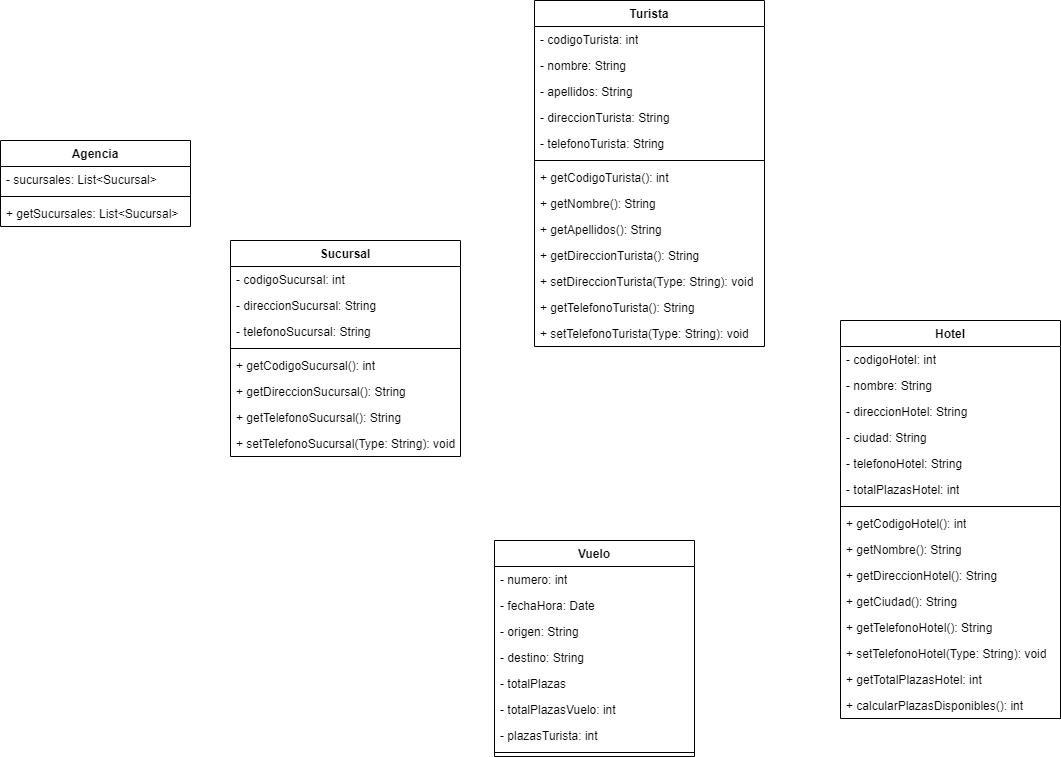
The draw.io diagram unidad-4/Class-Diagram-Maxi/agencia-viajes-maxi.png in mackstm/ets, before a commit. Source tidied: cells renumbered, new cells last; positions are measured from the earlier drawing's top-left corner, leaving out a move shared by most shapes.
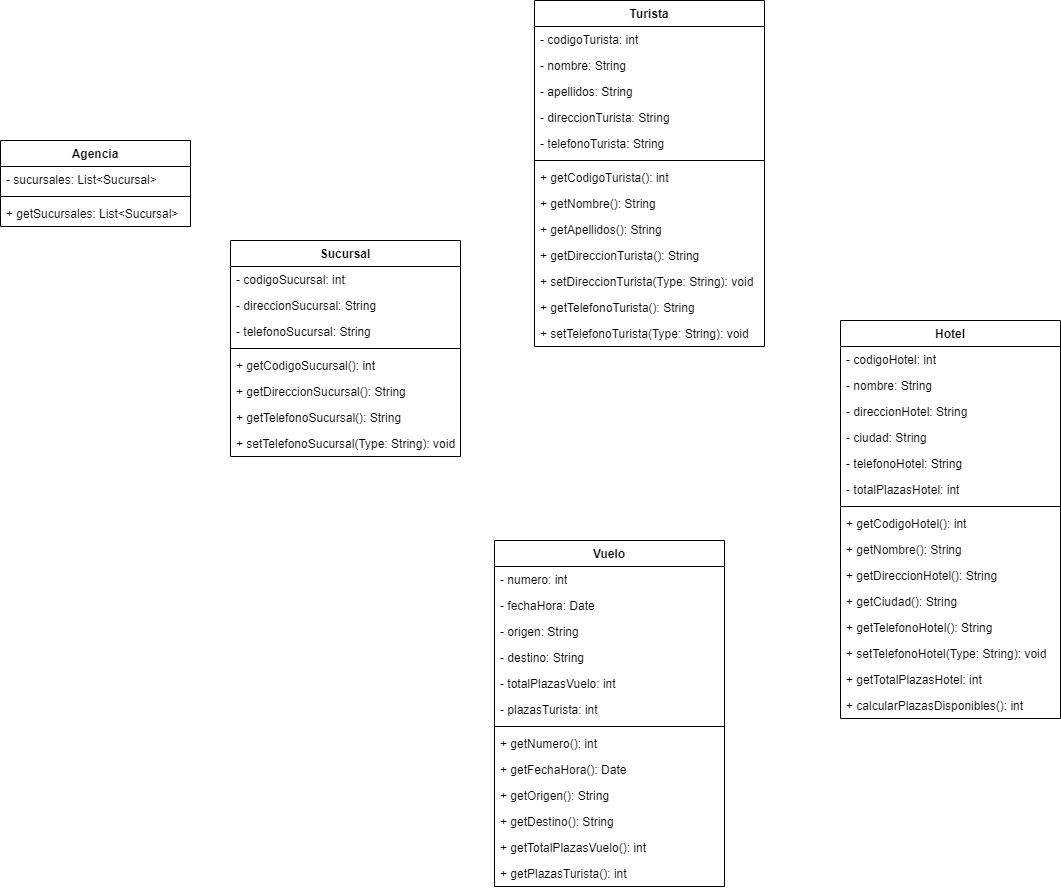
The same file after the commit.

The edit, as a diff of the source:
```diff
@@ -90,32 +90,47 @@
       <mxGeometry y="372" width="220" height="26" as="geometry" />
     </mxCell>
     <mxCell id="31" value="Vuelo" style="swimlane;fontStyle=1;align=center;verticalAlign=top;horizontal=1;startSize=26;whiteSpace=wrap;html=1;" parent="1" vertex="1">
-      <mxGeometry x="494" y="540" width="200" height="216" as="geometry" />
+      <mxGeometry x="494" y="540" width="230" height="346" as="geometry" />
     </mxCell>
     <mxCell id="32" value="- numero: int" style="text;strokeColor=none;fillColor=none;align=left;verticalAlign=top;spacingLeft=4;spacingRight=4;overflow=hidden;whiteSpace=wrap;html=1;" parent="31" vertex="1">
-      <mxGeometry y="26" width="200" height="26" as="geometry" />
+      <mxGeometry y="26" width="230" height="26" as="geometry" />
     </mxCell>
     <mxCell id="33" value="- fechaHora: Date" style="text;strokeColor=none;fillColor=none;align=left;verticalAlign=top;spacingLeft=4;spacingRight=4;overflow=hidden;whiteSpace=wrap;html=1;" parent="31" vertex="1">
-      <mxGeometry y="52" width="200" height="26" as="geometry" />
+      <mxGeometry y="52" width="230" height="26" as="geometry" />
     </mxCell>
     <mxCell id="34" value="- origen: String" style="text;strokeColor=none;fillColor=none;align=left;verticalAlign=top;spacingLeft=4;spacingRight=4;overflow=hidden;whiteSpace=wrap;html=1;" parent="31" vertex="1">
-      <mxGeometry y="78" width="200" height="26" as="geometry" />
+      <mxGeometry y="78" width="230" height="26" as="geometry" />
     </mxCell>
     <mxCell id="35" value="- destino: String" style="text;strokeColor=none;fillColor=none;align=left;verticalAlign=top;spacingLeft=4;spacingRight=4;overflow=hidden;whiteSpace=wrap;html=1;" parent="31" vertex="1">
-      <mxGeometry y="104" width="200" height="26" as="geometry" />
+      <mxGeometry y="104" width="230" height="26" as="geometry" />
     </mxCell>
-    <mxCell id="36" value="- totalPlazas" style="text;strokeColor=none;fillColor=none;align=left;verticalAlign=top;spacingLeft=4;spacingRight=4;overflow=hidden;whiteSpace=wrap;html=1;" parent="31" vertex="1">
-      <mxGeometry y="130" width="200" height="26" as="geometry" />
-    </mxCell>
     <mxCell id="37" value="- totalPlazasVuelo: int" style="text;strokeColor=none;fillColor=none;align=left;verticalAlign=top;spacingLeft=4;spacingRight=4;overflow=hidden;whiteSpace=wrap;html=1;" parent="31" vertex="1">
-      <mxGeometry y="156" width="200" height="26" as="geometry" />
+      <mxGeometry y="130" width="230" height="26" as="geometry" />
     </mxCell>
     <mxCell id="38" value="- plazasTurista: int" style="text;strokeColor=none;fillColor=none;align=left;verticalAlign=top;spacingLeft=4;spacingRight=4;overflow=hidden;whiteSpace=wrap;html=1;" parent="31" vertex="1">
-      <mxGeometry y="182" width="200" height="26" as="geometry" />
+      <mxGeometry y="156" width="230" height="26" as="geometry" />
     </mxCell>
     <mxCell id="39" style="line;strokeWidth=1;fillColor=none;align=left;verticalAlign=middle;spacingTop=-1;spacingLeft=3;spacingRight=3;labelPosition=right;strokeColor=inherit;" parent="31" vertex="1">
-      <mxGeometry y="208" width="200" height="8" as="geometry" />
+      <mxGeometry y="182" width="230" height="8" as="geometry" />
     </mxCell>
+    <mxCell id="54" value="+ getNumero(): int" style="text;strokeColor=none;fillColor=none;align=left;verticalAlign=top;spacingLeft=4;spacingRight=4;overflow=hidden;whiteSpace=wrap;html=1;" parent="31" vertex="1">
+      <mxGeometry y="190" width="230" height="26" as="geometry" />
+    </mxCell>
+    <mxCell id="55" value="+ getFechaHora(): Date" style="text;strokeColor=none;fillColor=none;align=left;verticalAlign=top;spacingLeft=4;spacingRight=4;overflow=hidden;whiteSpace=wrap;html=1;" parent="31" vertex="1">
+      <mxGeometry y="216" width="230" height="26" as="geometry" />
+    </mxCell>
+    <mxCell id="56" value="+ getOrigen(): String" style="text;strokeColor=none;fillColor=none;align=left;verticalAlign=top;spacingLeft=4;spacingRight=4;overflow=hidden;whiteSpace=wrap;html=1;" parent="31" vertex="1">
+      <mxGeometry y="242" width="230" height="26" as="geometry" />
+    </mxCell>
+    <mxCell id="57" value="+ getDestino(): String" style="text;strokeColor=none;fillColor=none;align=left;verticalAlign=top;spacingLeft=4;spacingRight=4;overflow=hidden;whiteSpace=wrap;html=1;" parent="31" vertex="1">
+      <mxGeometry y="268" width="230" height="26" as="geometry" />
+    </mxCell>
+    <mxCell id="58" value="+ getTotalPlazasVuelo(): int" style="text;strokeColor=none;fillColor=none;align=left;verticalAlign=top;spacingLeft=4;spacingRight=4;overflow=hidden;whiteSpace=wrap;html=1;" parent="31" vertex="1">
+      <mxGeometry y="294" width="230" height="26" as="geometry" />
+    </mxCell>
+    <mxCell id="59" value="+ getPlazasTurista(): int" style="text;strokeColor=none;fillColor=none;align=left;verticalAlign=top;spacingLeft=4;spacingRight=4;overflow=hidden;whiteSpace=wrap;html=1;" parent="31" vertex="1">
+      <mxGeometry y="320" width="230" height="26" as="geometry" />
+    </mxCell>
     <mxCell id="40" value="Turista" style="swimlane;fontStyle=1;align=center;verticalAlign=top;horizontal=1;startSize=26;whiteSpace=wrap;html=1;" parent="1" vertex="1">
       <mxGeometry x="534" width="230" height="346" as="geometry" />
     </mxCell>
```
